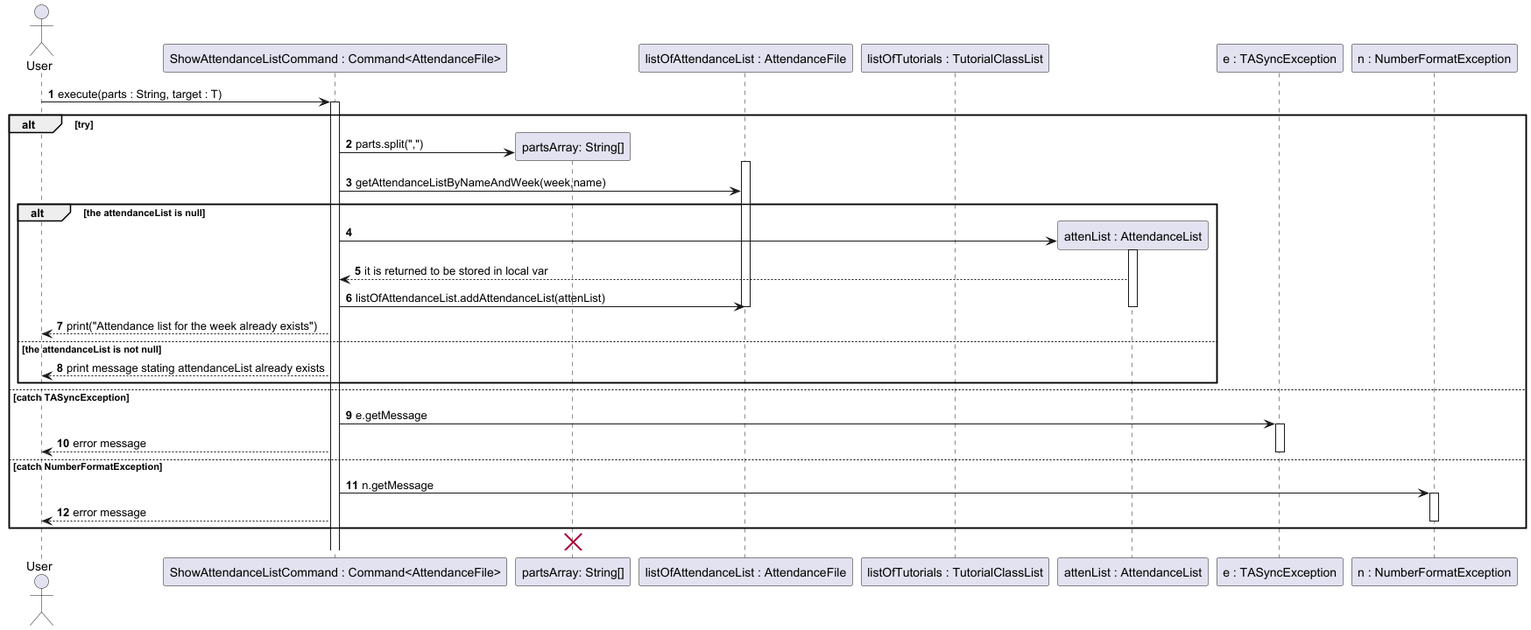
Earlier version of the PlantUML export docs/diagrams/attendancelistcommands/CreateNewAttendanceListCommand.png (wongyihao02/tp).
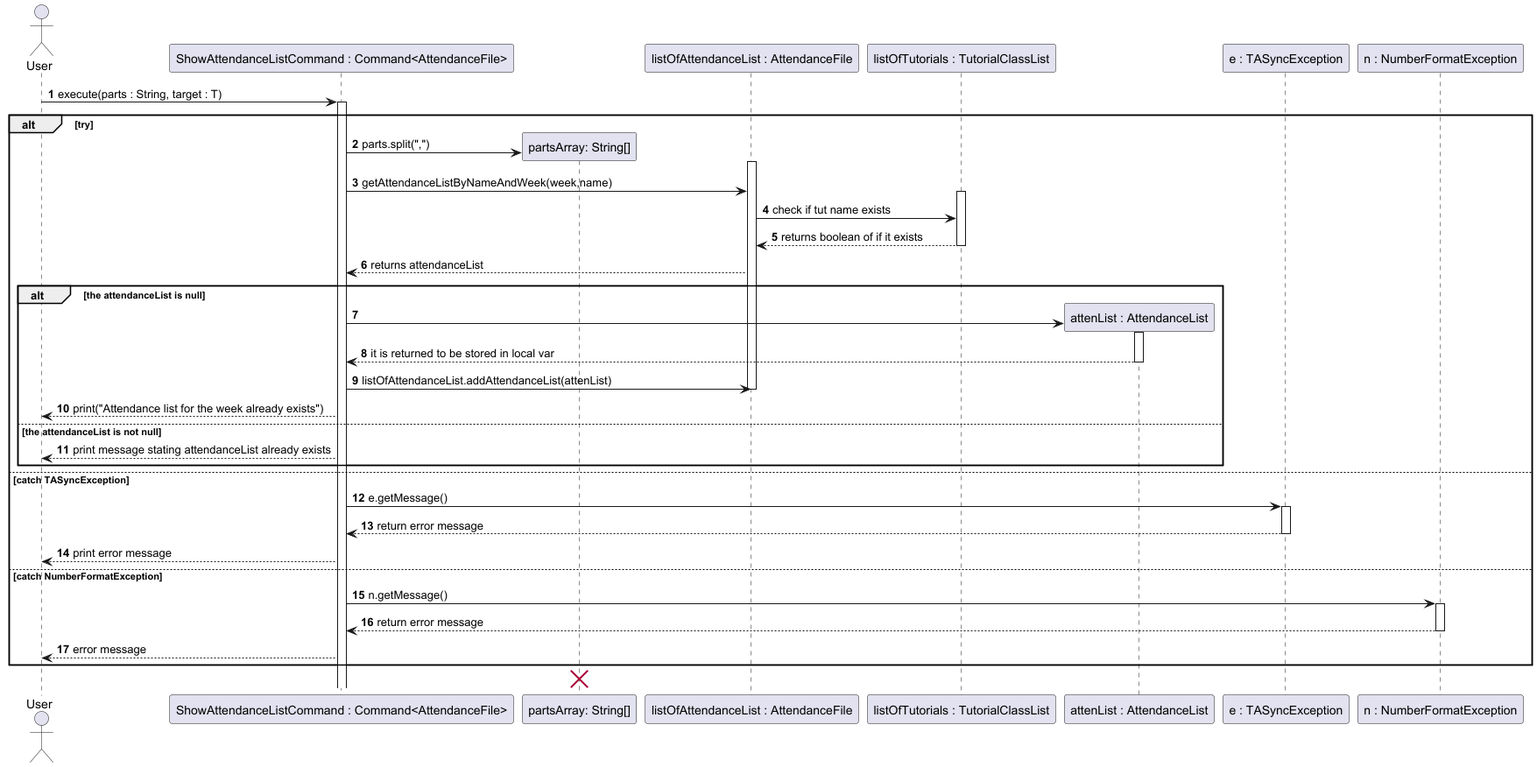
After the commit.

The edit, as a diff of the source:
```diff
@@ -17,15 +17,21 @@
 command -> parts : parts.split(",")
 activate listOfAttendanceList
 command -> listOfAttendanceList : getAttendanceListByNameAndWeek(week,name)
+activate listOfTutorials
+listOfAttendanceList -> listOfTutorials : check if tut name exists
+listOfTutorials --> listOfAttendanceList: returns boolean of if it exists
+deactivate listOfTutorials
 
+listOfAttendanceList --> command : returns attendanceList
 alt the attendanceList is null
 create attenList
 command -> attenList
 activate attenList
 attenList --> command : it is returned to be stored in local var
+deactivate attenList
 command -> listOfAttendanceList : listOfAttendanceList.addAttendanceList(attenList)
 
-deactivate attenList
+
 deactivate listOfAttendanceList
 command --> User : print("Attendance list for the week already exists")
 else the attendanceList is not null
@@ -35,16 +41,18 @@
 else catch TASyncException
 
 
-    command -> e : e.getMessage
-    activate e
-    command --> User  : error message
-    deactivate e
+    command -> e : e.getMessage()
+        activate e
+        e --> command : return error message
+        deactivate e
+        command --> User  : print error message
 
-    else catch NumberFormatException
-     command -> n : n.getMessage
-     activate n
-     command --> User : error message
-     deactivate n
+        else catch NumberFormatException
+         command -> n : n.getMessage()
+         activate n
+         n --> command : return error message
+         deactivate n
+         command --> User : error message
 end
 
 destroy parts
```
